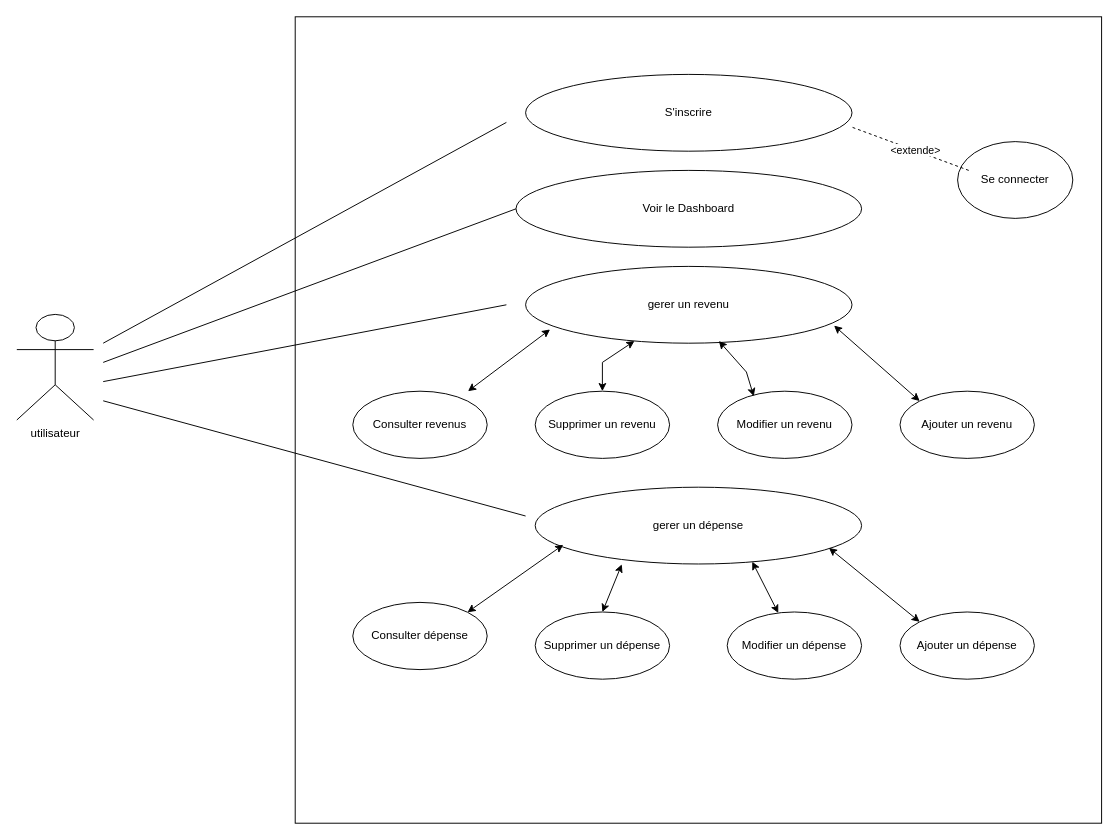
ezzahra12/smart_wallet keeps this draw.io diagram as qq.drawio. Above is the earlier version. Source tidied: cells renumbered, new cells numbered last; positions are measured from the earlier drawing's top-left corner, leaving out a move shared by most shapes. Both pictures are drawn from the tidied source at 96%, with x=0, y=0 at pixel (16, 16).
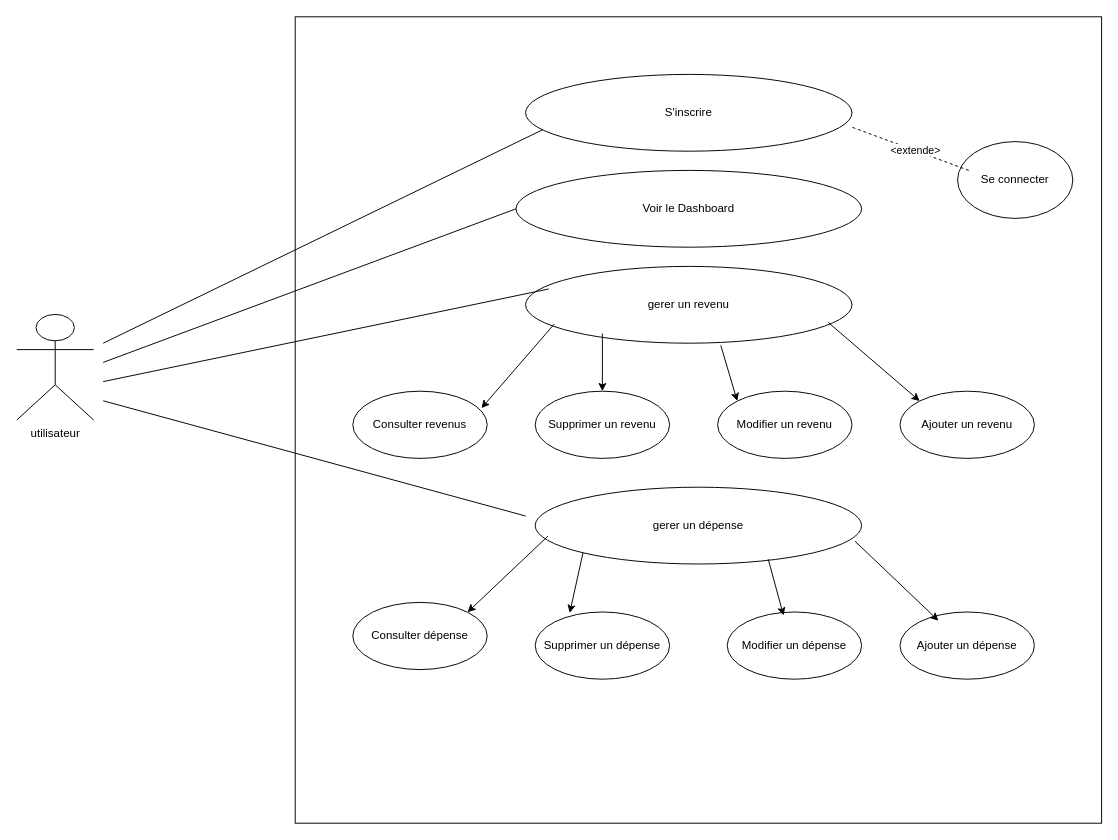
The same page after the edit.

The change refers to these unchanged cells:
```xml
<mxCell id="3" style="whiteSpace=wrap;html=1;" parent="1" vertex="1">
  <mxGeometry x="290" width="840" height="840" as="geometry" />
</mxCell>
<mxCell id="4" value="S'inscrire" style="ellipse;whiteSpace=wrap;html=1;" parent="1" vertex="1">
  <mxGeometry x="530" y="60" width="340" height="80" as="geometry" />
</mxCell>
<mxCell id="6" value="gerer un revenu" style="ellipse;whiteSpace=wrap;html=1;" parent="1" vertex="1">
  <mxGeometry x="530" y="260" width="340" height="80" as="geometry" />
</mxCell>
<mxCell id="7" value="Consulter revenus" style="ellipse;whiteSpace=wrap;html=1;" parent="1" vertex="1">
  <mxGeometry x="350" y="390" width="140" height="70" as="geometry" />
</mxCell>
<mxCell id="9" value="Supprimer un revenu" style="ellipse;whiteSpace=wrap;html=1;" parent="1" vertex="1">
  <mxGeometry x="540" y="390" width="140" height="70" as="geometry" />
</mxCell>
<mxCell id="10" value="Modifier un revenu" style="ellipse;whiteSpace=wrap;html=1;" parent="1" vertex="1">
  <mxGeometry x="730" y="390" width="140" height="70" as="geometry" />
</mxCell>
<mxCell id="11" value="Ajouter un revenu" style="ellipse;whiteSpace=wrap;html=1;" parent="1" vertex="1">
  <mxGeometry x="920" y="390" width="140" height="70" as="geometry" />
</mxCell>
<mxCell id="16" value="Consulter dépense" style="ellipse;whiteSpace=wrap;html=1;" parent="1" vertex="1">
  <mxGeometry x="350" y="610" width="140" height="70" as="geometry" />
</mxCell>
<mxCell id="17" value="gerer un dépense" style="ellipse;whiteSpace=wrap;html=1;" parent="1" vertex="1">
  <mxGeometry x="540" y="490" width="340" height="80" as="geometry" />
</mxCell>
<mxCell id="18" value="Supprimer un dépense" style="ellipse;whiteSpace=wrap;html=1;" parent="1" vertex="1">
  <mxGeometry x="540" y="620" width="140" height="70" as="geometry" />
</mxCell>
<mxCell id="19" value="Modifier un dépense" style="ellipse;whiteSpace=wrap;html=1;" parent="1" vertex="1">
  <mxGeometry x="740" y="620" width="140" height="70" as="geometry" />
</mxCell>
<mxCell id="20" value="Ajouter un dépense" style="ellipse;whiteSpace=wrap;html=1;" parent="1" vertex="1">
  <mxGeometry x="920" y="620" width="140" height="70" as="geometry" />
</mxCell>
```

The edit, as a diff of the source:
```diff
@@
-    <mxCell id="12" style="endArrow=classic;startArrow=classic;html=1;rounded=0;entryX=0.592;entryY=0.971;entryDx=0;entryDy=0;entryPerimeter=0;exitX=0.269;exitY=0.075;exitDx=0;exitDy=0;exitPerimeter=0;" parent="1" edge="1" source="10" target="6">
-      <mxGeometry relative="1" as="geometry">
-        <Array as="points">
-          <mxPoint x="760" y="370" />
-        </Array>
-      </mxGeometry>
-    </mxCell>
-    <mxCell id="13" style="endArrow=classic;startArrow=classic;html=1;rounded=0;exitX=0.5;exitY=0;exitDx=0;exitDy=0;" parent="1" edge="1" source="9" target="6">
-      <mxGeometry relative="1" as="geometry">
-        <Array as="points">
-          <mxPoint x="610" y="360" />
-        </Array>
-      </mxGeometry>
-    </mxCell>
-    <mxCell id="14" style="endArrow=classic;startArrow=classic;html=1;rounded=0;entryX=0.075;entryY=0.821;entryDx=0;entryDy=0;entryPerimeter=0;" parent="1" edge="1" target="6">
-      <mxGeometry relative="1" as="geometry">
-        <mxPoint x="470" y="390" as="sourcePoint" />
-      </mxGeometry>
-    </mxCell>
-    <mxCell id="15" style="endArrow=classic;startArrow=classic;html=1;rounded=0;exitX=0.945;exitY=0.771;exitDx=0;exitDy=0;exitPerimeter=0;entryX=0;entryY=0;entryDx=0;entryDy=0;" parent="1" edge="1" source="6" target="11">
-      <mxGeometry relative="1" as="geometry" />
-    </mxCell>
@@
-    <mxCell id="21" style="endArrow=classic;startArrow=classic;html=1;rounded=0;entryX=0.9;entryY=0.79;entryDx=0;entryDy=0;entryPerimeter=0;exitX=0;exitY=0;exitDx=0;exitDy=0;" parent="1" edge="1" source="20" target="17">
-      <mxGeometry relative="1" as="geometry" />
-    </mxCell>
-    <mxCell id="22" style="endArrow=classic;startArrow=classic;html=1;rounded=0;exitX=0.665;exitY=0.97;exitDx=0;exitDy=0;exitPerimeter=0;" parent="1" edge="1" source="17" target="19">
-      <mxGeometry relative="1" as="geometry" />
-    </mxCell>
-    <mxCell id="23" style="endArrow=classic;startArrow=classic;html=1;rounded=0;exitX=0.405;exitY=0.679;exitDx=0;exitDy=0;exitPerimeter=0;entryX=0.5;entryY=0;entryDx=0;entryDy=0;" parent="1" edge="1" source="3" target="18">
-      <mxGeometry relative="1" as="geometry" />
-    </mxCell>
-    <mxCell id="24" style="endArrow=classic;startArrow=classic;html=1;rounded=0;entryX=0.086;entryY=0.75;entryDx=0;entryDy=0;entryPerimeter=0;exitX=1;exitY=0;exitDx=0;exitDy=0;" parent="1" edge="1" source="16" target="17">
-      <mxGeometry relative="1" as="geometry" />
-    </mxCell>
@@
-    <mxCell id="28" style="endArrow=none;html=1;rounded=0;" parent="1" edge="1">
+    <mxCell id="28" style="endArrow=none;html=1;rounded=0;entryX=0.053;entryY=0.719;entryDx=0;entryDy=0;entryPerimeter=0;" parent="1" edge="1" target="4">
       <mxGeometry relative="1" as="geometry">
         <mxPoint x="90" y="340" as="sourcePoint" />
-        <mxPoint x="510" y="110" as="targetPoint" />
       </mxGeometry>
     </mxCell>
@@
-    <mxCell id="30" style="endArrow=none;html=1;rounded=0;" parent="1" edge="1">
+    <mxCell id="30" style="endArrow=none;html=1;rounded=0;entryX=0.071;entryY=0.294;entryDx=0;entryDy=0;entryPerimeter=0;" parent="1" edge="1" target="6">
       <mxGeometry relative="1" as="geometry">
         <mxPoint x="90" y="380" as="sourcePoint" />
-        <mxPoint x="510" y="300" as="targetPoint" />
       </mxGeometry>
     </mxCell>
@@
+    <mxCell id="32" style="endArrow=classic;html=1;entryX=0;entryY=0;entryDx=0;entryDy=0;exitX=0.598;exitY=1.029;exitDx=0;exitDy=0;exitPerimeter=0;" parent="1" edge="1" source="6" target="10">
+      <mxGeometry relative="1" as="geometry" />
+    </mxCell>
+    <mxCell id="15" style="endArrow=classic;html=1;exitX=0.927;exitY=0.729;exitDx=0;exitDy=0;exitPerimeter=0;entryX=0;entryY=0;entryDx=0;entryDy=0;" parent="1" edge="1" source="6" target="11">
+      <mxGeometry relative="1" as="geometry" />
+    </mxCell>
+    <mxCell id="33" style="endArrow=classic;html=1;entryX=0.5;entryY=0;entryDx=0;entryDy=0;" parent="1" edge="1" target="9">
+      <mxGeometry relative="1" as="geometry">
+        <mxPoint x="610" y="330" as="sourcePoint" />
+      </mxGeometry>
+    </mxCell>
+    <mxCell id="34" style="endArrow=classic;html=1;entryX=0.957;entryY=0.252;entryDx=0;entryDy=0;exitX=0.088;exitY=0.75;exitDx=0;exitDy=0;exitPerimeter=0;entryPerimeter=0;" parent="1" edge="1" source="6" target="7">
+      <mxGeometry relative="1" as="geometry" />
+    </mxCell>
+    <mxCell id="35" style="endArrow=classic;html=1;entryX=1;entryY=0;entryDx=0;entryDy=0;exitX=0.039;exitY=0.637;exitDx=0;exitDy=0;exitPerimeter=0;" parent="1" edge="1" source="17" target="16">
+      <mxGeometry relative="1" as="geometry" />
+    </mxCell>
+    <mxCell id="36" style="endArrow=classic;html=1;entryX=0.257;entryY=0.014;entryDx=0;entryDy=0;exitX=0;exitY=1;exitDx=0;exitDy=0;entryPerimeter=0;" parent="1" edge="1" source="17" target="18">
+      <mxGeometry relative="1" as="geometry" />
+    </mxCell>
+    <mxCell id="22" style="endArrow=classic;html=1;entryX=0.419;entryY=0.052;entryDx=0;entryDy=0;exitX=0.714;exitY=0.938;exitDx=0;exitDy=0;entryPerimeter=0;exitPerimeter=0;" parent="1" edge="1" source="17" target="19">
+      <mxGeometry relative="1" as="geometry" />
+    </mxCell>
+    <mxCell id="37" style="endArrow=classic;html=1;entryX=0.286;entryY=0.129;entryDx=0;entryDy=0;exitX=0.98;exitY=0.704;exitDx=0;exitDy=0;entryPerimeter=0;exitPerimeter=0;" parent="1" edge="1" source="17" target="20">
+      <mxGeometry relative="1" as="geometry" />
+    </mxCell>
```
